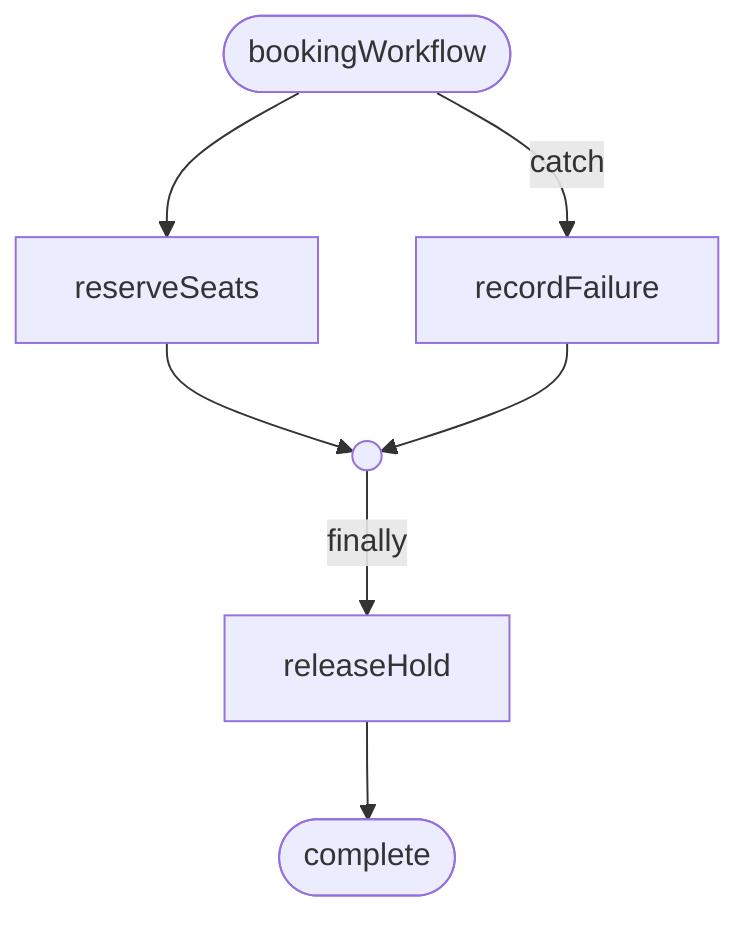
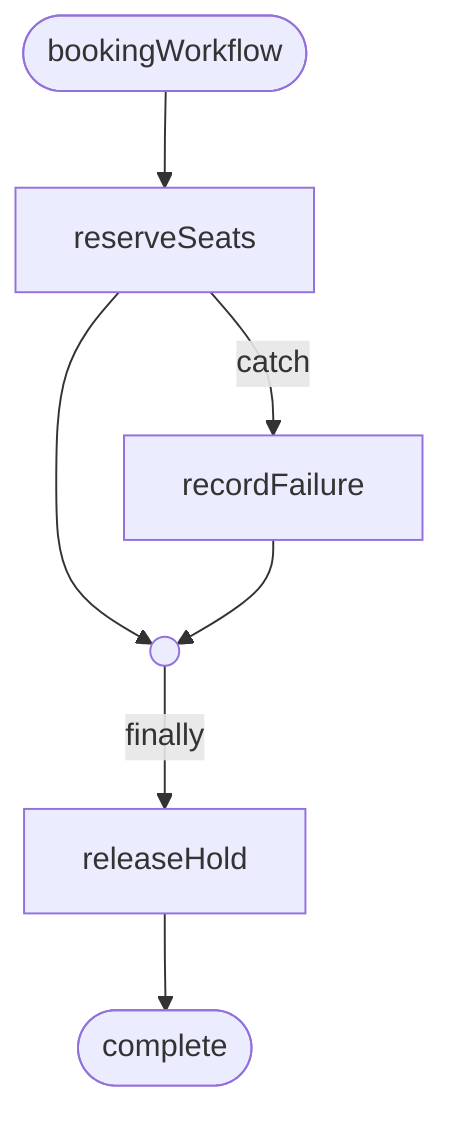
flowchart TD
  start(["bookingWorkflow"])
  n1(( ))
  flow_bookingWorkflow_2["reserveSeats"]
  flow_bookingWorkflow_3["recordFailure"]
  flow_bookingWorkflow_4["releaseHold"]
  complete(["complete"])
  start --> flow_bookingWorkflow_2
  flow_bookingWorkflow_2 --> n1
-   start -->|"catch"| flow_bookingWorkflow_3
+   flow_bookingWorkflow_2 -->|"catch"| flow_bookingWorkflow_3
  flow_bookingWorkflow_3 --> n1
  n1 -->|"finally"| flow_bookingWorkflow_4
  flow_bookingWorkflow_4 --> complete
